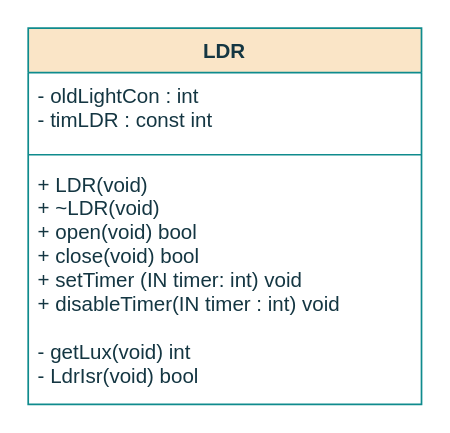
This is page "ClassLDR" (3 of 7) of project/report/flowcharts/LStasks/Classes.drawio from ESRGgroup9/slipad, a draw.io file, before an edit. Source tidied: cells renumbered, new cells numbered last; positions are measured from the earlier drawing's top-left corner, leaving out a move shared by most shapes. Both pictures are drawn from the tidied source at 171%, with x=0, y=0 at pixel (27, 27).
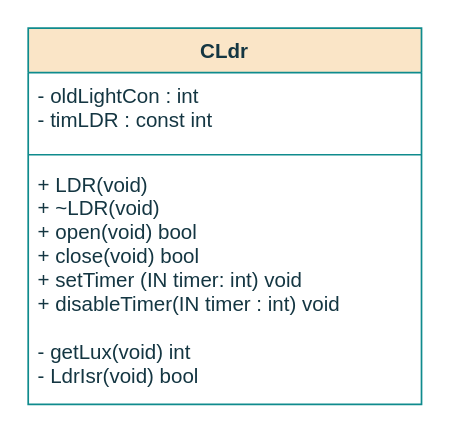
Above is the later version.

The edit, as a diff of the source:
```diff
@@
 <mxGraphModel>
   <root>
     <mxCell id="0" />
     <mxCell id="1" parent="0" />
-    <mxCell id="2" value="LDR" style="swimlane;fontStyle=1;align=center;verticalAlign=top;horizontal=1;startSize=26;fillColor=#FAE5C7;strokeColor=#0F8B8D;fontColor=#143642;" parent="1" vertex="1">
+    <mxCell id="2" value="CLdr" style="swimlane;fontStyle=1;align=center;verticalAlign=top;horizontal=1;startSize=26;fillColor=#FAE5C7;strokeColor=#0F8B8D;fontColor=#143642;" parent="1" vertex="1">
       <mxGeometry width="230" height="220" as="geometry" />
     </mxCell>
     <mxCell id="3" value="- oldLightCon : int&#10;- timLDR : const int&#10;" style="text;strokeColor=none;fillColor=none;align=left;verticalAlign=top;spacingLeft=4;spacingRight=4;overflow=hidden;fontColor=#143642;" parent="2" vertex="1">
       <mxGeometry y="26" width="230" height="44" as="geometry" />
     </mxCell>
     <mxCell id="4" style="line;strokeWidth=1;fillColor=none;align=left;verticalAlign=middle;spacingTop=-1;spacingLeft=3;spacingRight=3;labelPosition=right;labelBackgroundColor=#DAD2D8;strokeColor=#0F8B8D;fontColor=#143642;" parent="2" vertex="1">
       <mxGeometry y="70" width="230" height="8" as="geometry" />
     </mxCell>
     <mxCell id="5" value="+ LDR(void)&#10;+ ~LDR(void)&#10;+ open(void) bool&#10;+ close(void) bool&#10;+ setTimer (IN timer: int) void&#10;+ disableTimer(IN timer : int) void&#10;&#10;- getLux(void) int&#10;- LdrIsr(void) bool" style="text;strokeColor=none;fillColor=none;align=left;verticalAlign=top;spacingLeft=4;spacingRight=4;overflow=hidden;fontColor=#143642;spacing=2;fontStyle=0;" parent="2" vertex="1">
       <mxGeometry y="78" width="230" height="142" as="geometry" />
     </mxCell>
   </root>
 </mxGraphModel>
```
